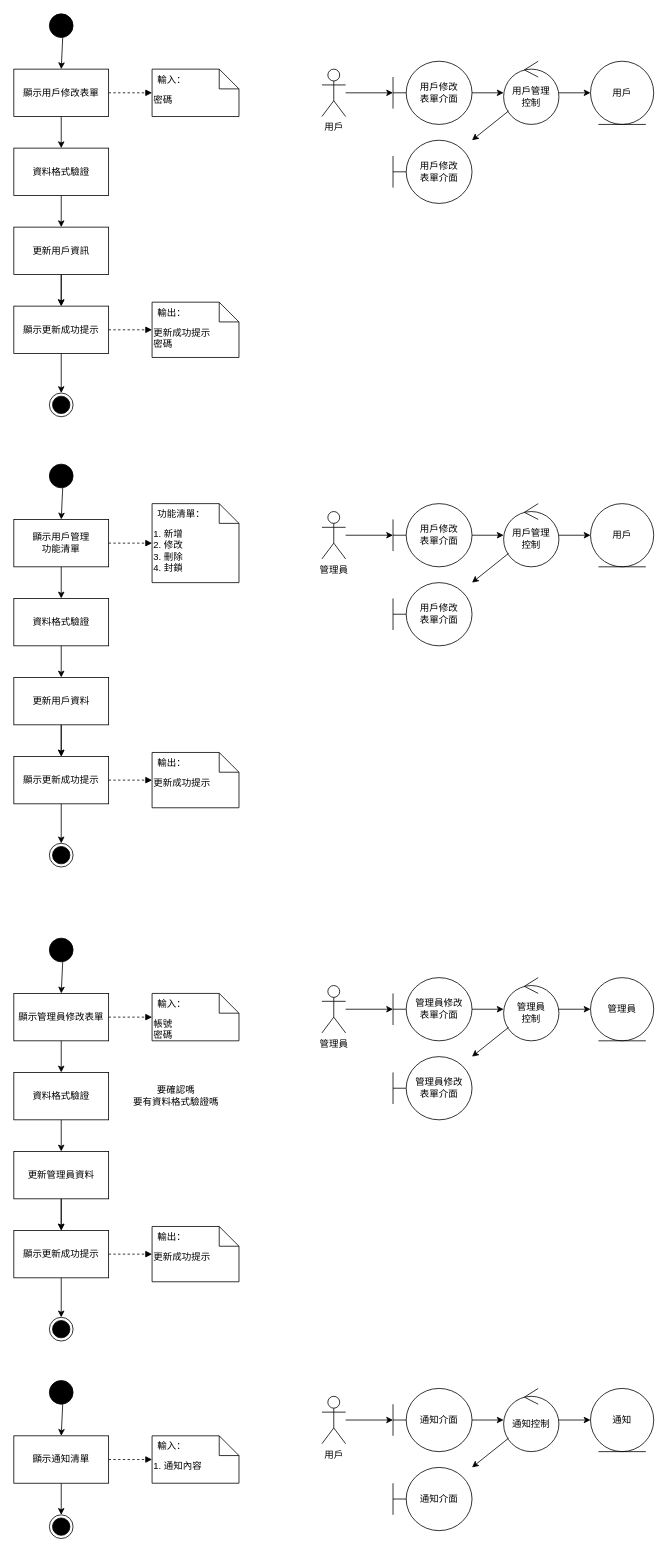
Earlier version of the draw.io diagram SA_final.drawio (Miinteaa/Miinteaa). Source tidied: cells renumbered, new cells numbered last; positions are measured from the earlier drawing's top-left corner, leaving out a move shared by most shapes. Both pictures are drawn from the tidied source at 79%, with x=0, y=0 at pixel (13, 13).
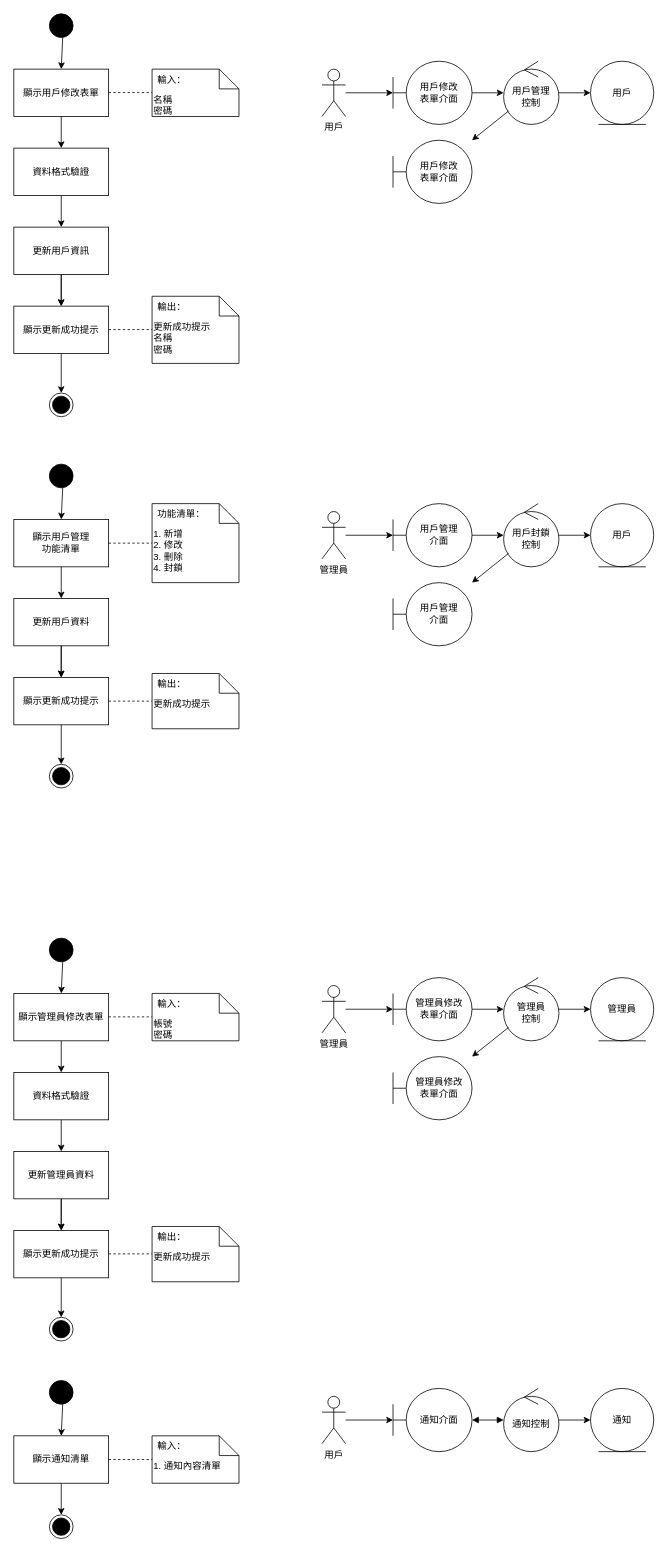
The same page after the edit.

Unchanged cells that the change refers to:
```xml
<mxCell id="6" value="顯示用戶修改表單" style="rounded=0;whiteSpace=wrap;html=1;" parent="1" vertex="1">
  <mxGeometry y="70" width="120" height="60" as="geometry" />
</mxCell>
<mxCell id="14" value="顯示更新成功提示" style="rounded=0;whiteSpace=wrap;html=1;" parent="1" vertex="1">
  <mxGeometry y="370" width="120" height="60" as="geometry" />
</mxCell>
<mxCell id="21" value="1. 新增&lt;br&gt;2. 修改&lt;br&gt;3. 刪除&lt;br&gt;4. 封鎖" style="shape=note2;boundedLbl=1;whiteSpace=wrap;html=1;size=25;verticalAlign=top;align=left;" parent="1" vertex="1">
  <mxGeometry x="175" y="620" width="110" height="100" as="geometry" />
</mxCell>
<mxCell id="24" value="顯示用戶管理&lt;br&gt;功能清單" style="rounded=0;whiteSpace=wrap;html=1;" parent="1" vertex="1">
  <mxGeometry y="640" width="120" height="60" as="geometry" />
</mxCell>
<mxCell id="40" value="顯示管理員修改表單" style="rounded=0;whiteSpace=wrap;html=1;" parent="1" vertex="1">
  <mxGeometry y="1240" width="120" height="60" as="geometry" />
</mxCell>
<mxCell id="48" value="顯示更新成功提示" style="rounded=0;whiteSpace=wrap;html=1;" parent="1" vertex="1">
  <mxGeometry y="1540" width="120" height="60" as="geometry" />
</mxCell>
<mxCell id="49" value="更新成功提示" style="shape=note2;boundedLbl=1;whiteSpace=wrap;html=1;size=25;verticalAlign=top;align=left;" parent="1" vertex="1">
  <mxGeometry x="175" y="1535" width="110" height="70" as="geometry" />
</mxCell>
<mxCell id="58" value="顯示通知清單" style="rounded=0;whiteSpace=wrap;html=1;" parent="1" vertex="1">
  <mxGeometry y="1800" width="120" height="60" as="geometry" />
</mxCell>
<mxCell id="65" value="用戶修改&lt;br&gt;表單介面" style="shape=umlBoundary;whiteSpace=wrap;html=1;" parent="1" vertex="1">
  <mxGeometry x="480" y="60" width="100" height="80" as="geometry" />
</mxCell>
<mxCell id="68" value="用戶管理&lt;br&gt;控制" style="ellipse;shape=umlControl;whiteSpace=wrap;html=1;" parent="1" vertex="1">
  <mxGeometry x="620" y="60" width="70" height="80" as="geometry" />
</mxCell>
<mxCell id="83" value="管理員修改&lt;br&gt;表單介面" style="shape=umlBoundary;whiteSpace=wrap;html=1;" parent="1" vertex="1">
  <mxGeometry x="480" y="1220" width="100" height="80" as="geometry" />
</mxCell>
<mxCell id="86" value="管理員&lt;br&gt;控制" style="ellipse;shape=umlControl;whiteSpace=wrap;html=1;" parent="1" vertex="1">
  <mxGeometry x="620" y="1220" width="70" height="80" as="geometry" />
</mxCell>
<mxCell id="91" value="通知" style="ellipse;shape=umlEntity;whiteSpace=wrap;html=1;" parent="1" vertex="1">
  <mxGeometry x="730" y="1740" width="80" height="80" as="geometry" />
</mxCell>
<mxCell id="92" value="通知介面" style="shape=umlBoundary;whiteSpace=wrap;html=1;" parent="1" vertex="1">
  <mxGeometry x="480" y="1740" width="100" height="80" as="geometry" />
</mxCell>
<mxCell id="95" value="通知控制" style="ellipse;shape=umlControl;whiteSpace=wrap;html=1;" parent="1" vertex="1">
  <mxGeometry x="620" y="1740" width="70" height="80" as="geometry" />
</mxCell>
```

Change to the diagram source:
```diff
@@
-    <mxCell id="3" value="密碼" style="shape=note2;boundedLbl=1;whiteSpace=wrap;html=1;size=25;verticalAlign=top;align=left;" parent="1" vertex="1">
+    <mxCell id="3" value="名稱&lt;br&gt;密碼" style="shape=note2;boundedLbl=1;whiteSpace=wrap;html=1;size=25;verticalAlign=top;align=left;" parent="1" vertex="1">
       <mxGeometry x="175" y="70" width="110" height="60" as="geometry" />
     </mxCell>
@@
-    <mxCell id="7" style="html=1;verticalAlign=bottom;labelBackgroundColor=none;endArrow=block;endFill=1;dashed=1;rounded=0;" parent="1" edge="1" source="6" target="3">
-      <mxGeometry relative="1" as="geometry" />
-    </mxCell>
@@
-    <mxCell id="15" value="更新成功提示&lt;br&gt;密碼" style="shape=note2;boundedLbl=1;whiteSpace=wrap;html=1;size=25;verticalAlign=top;align=left;" parent="1" vertex="1">
-      <mxGeometry x="175" y="365" width="110" height="70" as="geometry" />
+    <mxCell id="15" value="更新成功提示&lt;br&gt;名稱&lt;br&gt;密碼" style="shape=note2;boundedLbl=1;whiteSpace=wrap;html=1;size=25;verticalAlign=top;align=left;" parent="1" vertex="1">
+      <mxGeometry x="175" y="357.5" width="110" height="85" as="geometry" />
     </mxCell>
@@
-    <mxCell id="17" style="html=1;verticalAlign=bottom;labelBackgroundColor=none;endArrow=block;endFill=1;dashed=1;rounded=0;" parent="1" edge="1" source="14" target="15">
-      <mxGeometry relative="1" as="geometry" />
-    </mxCell>
@@
-    <mxCell id="25" style="html=1;verticalAlign=bottom;labelBackgroundColor=none;endArrow=block;endFill=1;dashed=1;rounded=0;" parent="1" edge="1" source="24" target="21">
-      <mxGeometry relative="1" as="geometry" />
-    </mxCell>
-    <mxCell id="26" style="endArrow=classic;html=1;rounded=0;" parent="1" edge="1" source="24" target="27">
-      <mxGeometry relative="1" as="geometry" />
+    <mxCell id="26" style="endArrow=classic;html=1;rounded=0;" parent="1" edge="1" source="24">
+      <mxGeometry relative="1" as="geometry">
+        <mxPoint x="60" y="740" as="targetPoint" />
+      </mxGeometry>
     </mxCell>
-    <mxCell id="27" value="資料格式驗證" style="rounded=0;whiteSpace=wrap;html=1;" parent="1" vertex="1">
-      <mxGeometry y="740" width="120" height="60" as="geometry" />
-    </mxCell>
-    <mxCell id="28" style="endArrow=classic;html=1;rounded=0;" parent="1" edge="1" source="27" target="30">
-      <mxGeometry relative="1" as="geometry" />
-    </mxCell>
@@
     <mxCell id="30" value="更新用戶資料" style="rounded=0;whiteSpace=wrap;html=1;" parent="1" vertex="1">
-      <mxGeometry y="840" width="120" height="60" as="geometry" />
+      <mxGeometry y="740" width="120" height="60" as="geometry" />
     </mxCell>
     <mxCell id="31" style="endArrow=classic;html=1;rounded=0;" parent="1" edge="1" target="32">
       <mxGeometry relative="1" as="geometry">
-        <mxPoint x="60" y="900" as="sourcePoint" />
+        <mxPoint x="60" y="800" as="sourcePoint" />
       </mxGeometry>
     </mxCell>
     <mxCell id="32" value="顯示更新成功提示" style="rounded=0;whiteSpace=wrap;html=1;" parent="1" vertex="1">
-      <mxGeometry y="940" width="120" height="60" as="geometry" />
+      <mxGeometry y="840" width="120" height="60" as="geometry" />
     </mxCell>
     <mxCell id="33" value="更新成功提示" style="shape=note2;boundedLbl=1;whiteSpace=wrap;html=1;size=25;verticalAlign=top;align=left;" parent="1" vertex="1">
-      <mxGeometry x="175" y="935" width="110" height="70" as="geometry" />
+      <mxGeometry x="175" y="835" width="110" height="70" as="geometry" />
     </mxCell>
@@
-    <mxCell id="35" style="html=1;verticalAlign=bottom;labelBackgroundColor=none;endArrow=block;endFill=1;dashed=1;rounded=0;" parent="1" edge="1" source="32" target="33">
-      <mxGeometry relative="1" as="geometry" />
-    </mxCell>
@@
     <mxCell id="37" style="ellipse;html=1;shape=endState;fillColor=strokeColor;" parent="1" vertex="1">
-      <mxGeometry x="45" y="1050" width="30" height="30" as="geometry" />
+      <mxGeometry x="45" y="950" width="30" height="30" as="geometry" />
     </mxCell>
@@
-    <mxCell id="41" style="html=1;verticalAlign=bottom;labelBackgroundColor=none;endArrow=block;endFill=1;dashed=1;rounded=0;" parent="1" edge="1" source="40">
-      <mxGeometry relative="1" as="geometry">
-        <mxPoint x="175" y="1270" as="targetPoint" />
-      </mxGeometry>
-    </mxCell>
@@
-    <mxCell id="51" style="html=1;verticalAlign=bottom;labelBackgroundColor=none;endArrow=block;endFill=1;dashed=1;rounded=0;" parent="1" edge="1" source="48" target="49">
-      <mxGeometry relative="1" as="geometry" />
-    </mxCell>
@@
-    <mxCell id="59" style="html=1;verticalAlign=bottom;labelBackgroundColor=none;endArrow=block;endFill=1;dashed=1;rounded=0;" parent="1" edge="1" source="58">
-      <mxGeometry relative="1" as="geometry">
-        <mxPoint x="175" y="1830" as="targetPoint" />
-      </mxGeometry>
-    </mxCell>
@@
-    <mxCell id="62" value="1. 通知內容&amp;nbsp;" style="shape=note2;boundedLbl=1;whiteSpace=wrap;html=1;size=25;verticalAlign=top;align=left;" parent="1" vertex="1">
+    <mxCell id="62" value="1. 通知內容清單&amp;nbsp;" style="shape=note2;boundedLbl=1;whiteSpace=wrap;html=1;size=25;verticalAlign=top;align=left;" parent="1" vertex="1">
       <mxGeometry x="175" y="1800" width="110" height="60" as="geometry" />
     </mxCell>
@@
-    <mxCell id="69" style="endArrow=classic;html=1;rounded=0;" parent="1" edge="1" source="65" target="68">
-      <mxGeometry relative="1" as="geometry" />
-    </mxCell>
@@
-    <mxCell id="74" value="用戶修改&lt;br&gt;表單介面" style="shape=umlBoundary;whiteSpace=wrap;html=1;" parent="1" vertex="1">
+    <mxCell id="74" value="用戶管理&lt;br&gt;介面" style="shape=umlBoundary;whiteSpace=wrap;html=1;" parent="1" vertex="1">
       <mxGeometry x="480" y="620" width="100" height="80" as="geometry" />
     </mxCell>
@@
-    <mxCell id="77" value="用戶管理&lt;br&gt;控制" style="ellipse;shape=umlControl;whiteSpace=wrap;html=1;" parent="1" vertex="1">
+    <mxCell id="77" value="用戶封鎖&lt;br&gt;控制" style="ellipse;shape=umlControl;whiteSpace=wrap;html=1;" parent="1" vertex="1">
       <mxGeometry x="620" y="620" width="70" height="80" as="geometry" />
     </mxCell>
-    <mxCell id="78" style="endArrow=classic;html=1;rounded=0;" parent="1" edge="1" source="74" target="77">
-      <mxGeometry relative="1" as="geometry" />
-    </mxCell>
@@
-    <mxCell id="80" value="用戶修改&lt;br&gt;表單介面" style="shape=umlBoundary;whiteSpace=wrap;html=1;" parent="1" vertex="1">
+    <mxCell id="80" value="用戶管理&lt;br&gt;介面" style="shape=umlBoundary;whiteSpace=wrap;html=1;" parent="1" vertex="1">
       <mxGeometry x="480" y="720" width="100" height="80" as="geometry" />
     </mxCell>
@@
-    <mxCell id="87" style="endArrow=classic;html=1;rounded=0;" parent="1" edge="1" source="83" target="86">
-      <mxGeometry relative="1" as="geometry" />
-    </mxCell>
@@
+    <mxCell id="97" style="endArrow=classic;html=1;rounded=0;" parent="1" edge="1" source="95" target="91">
+      <mxGeometry relative="1" as="geometry" />
+    </mxCell>
-    <mxCell id="96" style="endArrow=classic;html=1;rounded=0;" parent="1" edge="1" source="92" target="95">
+    <mxCell id="96" style="endArrow=block;startArrow=block;endFill=1;startFill=1;html=1;rounded=0;" parent="1" edge="1" source="92" target="95">
       <mxGeometry relative="1" as="geometry" />
     </mxCell>
-    <mxCell id="97" style="endArrow=classic;html=1;rounded=0;" parent="1" edge="1" source="95" target="91">
-      <mxGeometry relative="1" as="geometry" />
-    </mxCell>
-    <mxCell id="98" value="通知介面" style="shape=umlBoundary;whiteSpace=wrap;html=1;" parent="1" vertex="1">
-      <mxGeometry x="480" y="1840" width="100" height="80" as="geometry" />
-    </mxCell>
-    <mxCell id="99" style="endArrow=classic;html=1;rounded=0;" parent="1" edge="1" source="95" target="98">
-      <mxGeometry relative="1" as="geometry" />
-    </mxCell>
-    <mxCell id="100" value="要確認嗎&lt;br&gt;要有資料格式驗證嗎" style="text;html=1;align=center;verticalAlign=middle;strokeColor=none;fillColor=none;" parent="1" vertex="1">
-      <mxGeometry x="140" y="1350" width="130" height="40" as="geometry" />
-    </mxCell>
+    <mxCell id="69" style="endArrow=classic;html=1;rounded=0;" parent="1" edge="1" source="65" target="68">
+      <mxGeometry relative="1" as="geometry" />
+    </mxCell>
+    <mxCell id="78" style="endArrow=classic;html=1;rounded=0;" parent="1" edge="1" source="74" target="77">
+      <mxGeometry relative="1" as="geometry" />
+    </mxCell>
+    <mxCell id="25" style="endArrow=none;dashed=1;html=1;rounded=0;" parent="1" edge="1" source="24" target="21">
+      <mxGeometry relative="1" as="geometry" />
+    </mxCell>
+    <mxCell id="35" style="endArrow=none;dashed=1;html=1;rounded=0;" parent="1" edge="1" source="32" target="33">
+      <mxGeometry relative="1" as="geometry" />
+    </mxCell>
+    <mxCell id="101" style="endArrow=none;dashed=1;html=1;rounded=0;" parent="1" edge="1" source="58" target="62">
+      <mxGeometry relative="1" as="geometry" />
+    </mxCell>
+    <mxCell id="102" style="endArrow=none;dashed=1;html=1;rounded=0;" parent="1" edge="1">
+      <mxGeometry relative="1" as="geometry">
+        <mxPoint x="120" y="1569.7" as="sourcePoint" />
+        <mxPoint x="175" y="1569.7" as="targetPoint" />
+      </mxGeometry>
+    </mxCell>
+    <mxCell id="103" style="endArrow=none;dashed=1;html=1;rounded=0;" parent="1" edge="1">
+      <mxGeometry relative="1" as="geometry">
+        <mxPoint x="120" y="1269.7" as="sourcePoint" />
+        <mxPoint x="175" y="1269.7" as="targetPoint" />
+      </mxGeometry>
+    </mxCell>
+    <mxCell id="87" style="endArrow=classic;html=1;rounded=0;" parent="1" edge="1" source="83" target="86">
+      <mxGeometry relative="1" as="geometry" />
+    </mxCell>
+    <mxCell id="104" style="endArrow=none;dashed=1;html=1;rounded=0;" parent="1" edge="1">
+      <mxGeometry relative="1" as="geometry">
+        <mxPoint x="120" y="399.7" as="sourcePoint" />
+        <mxPoint x="175" y="399.7" as="targetPoint" />
+      </mxGeometry>
+    </mxCell>
+    <mxCell id="105" style="endArrow=none;dashed=1;html=1;rounded=0;" parent="1" edge="1">
+      <mxGeometry relative="1" as="geometry">
+        <mxPoint x="120" y="99.7" as="sourcePoint" />
+        <mxPoint x="175" y="99.7" as="targetPoint" />
+      </mxGeometry>
+    </mxCell>
```
